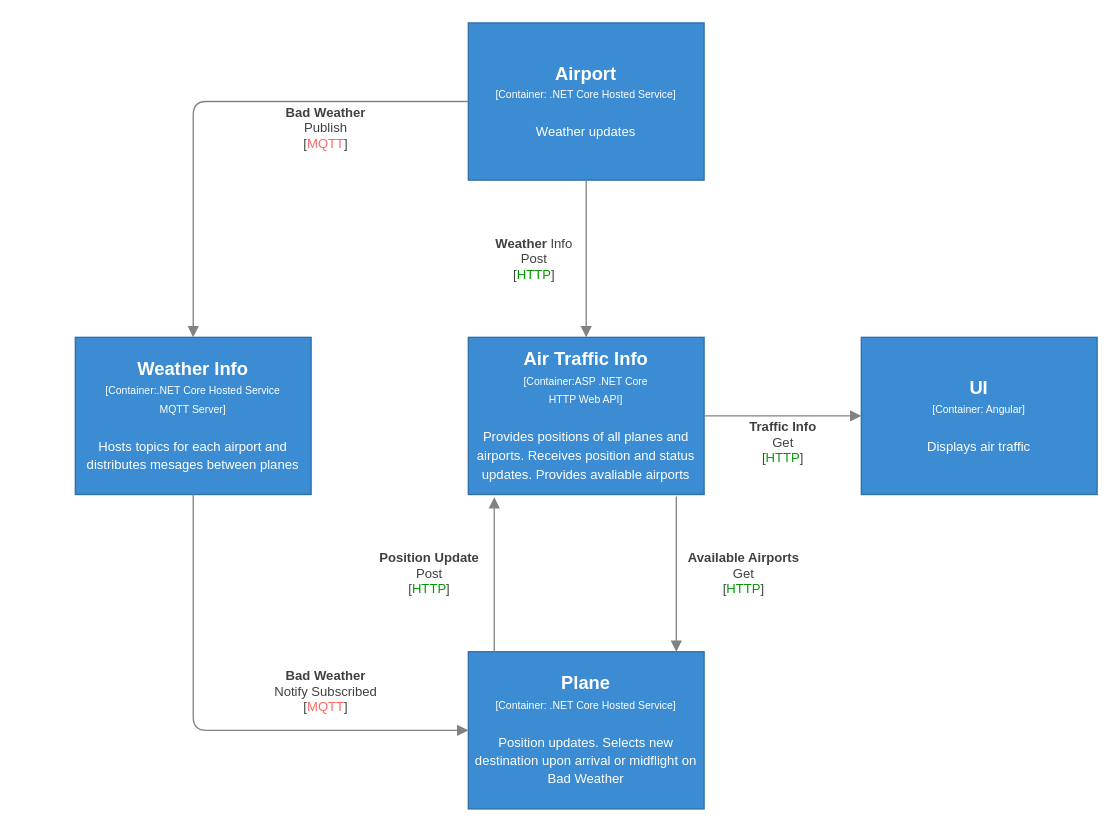
The draw.io diagram Wiki/c2_Planes.drawio in mjoniec/Proj2_Planes, before the edit. Source tidied: cells renumbered, new cells numbered last; positions are measured from the earlier drawing's top-left corner, leaving out a move shared by most shapes. Both pictures are drawn from the tidied source at 131%, with x=0, y=0 at pixel (75, 22).
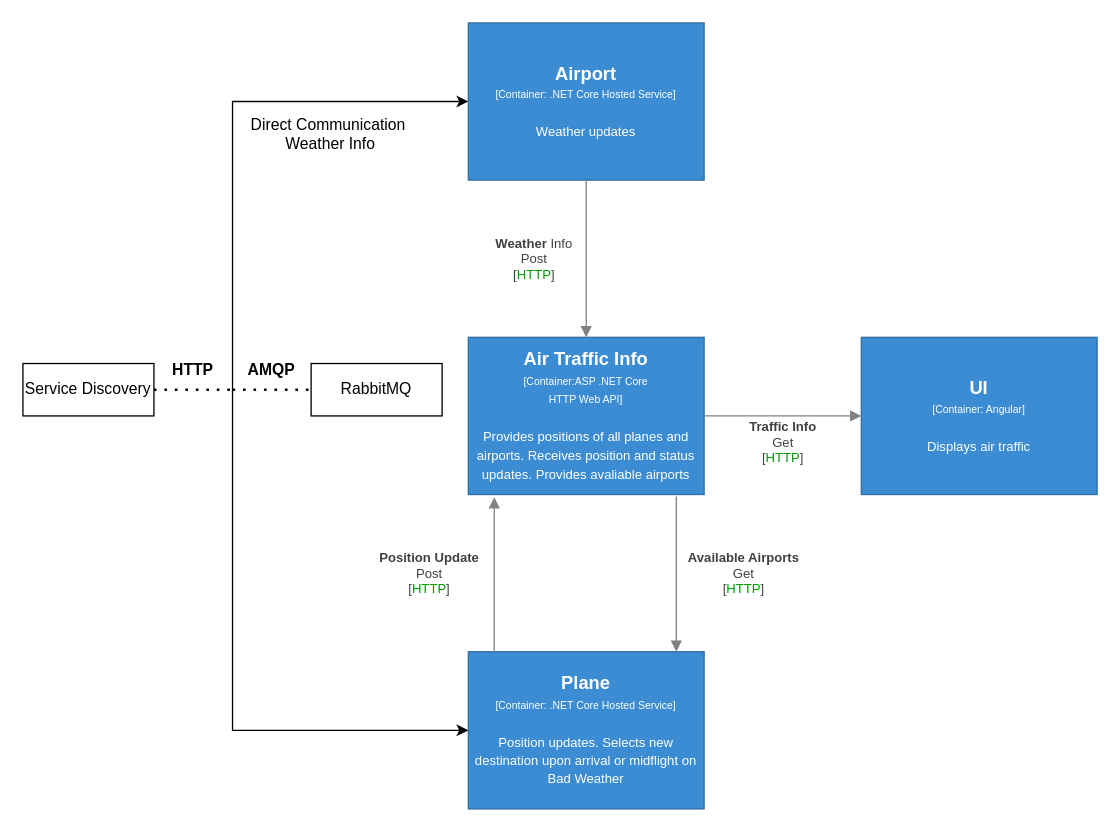
After the change.

The change refers to these unchanged cells:
```xml
<mxCell id="5" value="&lt;div&gt;&lt;span style=&quot;font-size: 14px&quot;&gt;&lt;b&gt;Plane&lt;/b&gt;&lt;/span&gt;&lt;/div&gt;&lt;div&gt;&lt;span style=&quot;font-size: 8px&quot;&gt;[Container: .NET Core Hosted Service]&lt;/span&gt;&lt;/div&gt;&lt;div&gt;&lt;span style=&quot;font-size: 8px&quot;&gt;&lt;br&gt;&lt;/span&gt;&lt;/div&gt;&lt;div&gt;&lt;font size=&quot;1&quot;&gt;Position updates. Selects new destination upon arrival or midflight on &lt;/font&gt;&lt;br&gt;&lt;font size=&quot;1&quot;&gt;&lt;font size=&quot;1&quot;&gt;Bad Weather &lt;/font&gt;&lt;/font&gt;&lt;/div&gt;" style="rounded=0;whiteSpace=wrap;html=1;fillColor=#3B8CD2;fontColor=#FFFFFF;strokeColor=#2F6FA6;" parent="1" vertex="1">
  <mxGeometry x="300" y="480" width="180" height="120" as="geometry" />
</mxCell>
<mxCell id="6" value="&lt;div&gt;&lt;span style=&quot;font-size: 14px&quot;&gt;&lt;b&gt;Airport&lt;/b&gt;&lt;/span&gt;&lt;/div&gt;&lt;div&gt;&lt;span style=&quot;font-size: 8px&quot;&gt;[Container: .NET Core Hosted Service]&lt;/span&gt;&lt;/div&gt;&lt;div&gt;&lt;span style=&quot;font-size: 8px&quot;&gt;&lt;br&gt;&lt;/span&gt;&lt;/div&gt;&lt;div&gt;&lt;font size=&quot;1&quot;&gt;Weather updates&lt;br&gt;&lt;/font&gt;&lt;/div&gt;" style="rounded=0;whiteSpace=wrap;html=1;fillColor=#3B8CD2;fontColor=#FFFFFF;strokeColor=#2F6FA6;" parent="1" vertex="1">
  <mxGeometry x="300" width="180" height="120" as="geometry" />
</mxCell>
```

Diff of the diagram source:
```diff
@@
-    <mxCell id="2" value="&lt;div&gt;&lt;span style=&quot;font-size: 14px&quot;&gt;&lt;b&gt;Weather Info&lt;/b&gt;&lt;/span&gt;&lt;/div&gt;&lt;div&gt;&lt;span style=&quot;font-size: 8px&quot;&gt;[Container:.NET Core Hosted Service&lt;br&gt;MQTT Server]&lt;/span&gt;&lt;/div&gt;&lt;div&gt;&lt;span style=&quot;font-size: 8px&quot;&gt;&lt;br&gt;&lt;/span&gt;&lt;/div&gt;&lt;div&gt;&lt;font size=&quot;1&quot;&gt;Hosts topics for each airport and distributes mesages between planes &lt;br&gt;&lt;/font&gt;&lt;/div&gt;" style="rounded=0;whiteSpace=wrap;html=1;fillColor=#3B8CD2;fontColor=#FFFFFF;strokeColor=#2F6FA6;" parent="1" vertex="1">
-      <mxGeometry y="240" width="180" height="120" as="geometry" />
-    </mxCell>
@@
-    <mxCell id="11" value="&lt;div&gt;&lt;span style=&quot;font-size: 10px&quot;&gt;&lt;b&gt;Bad Weather&lt;/b&gt;&lt;br&gt;&lt;/span&gt;&lt;/div&gt;&lt;div&gt;Notify Subscribed&lt;br&gt;&lt;span style=&quot;font-size: 10px&quot;&gt;&lt;/span&gt;&lt;/div&gt;&lt;div&gt;&lt;span style=&quot;font-size: 10px&quot;&gt;&lt;/span&gt;&lt;/div&gt;&lt;span style=&quot;font-size: 10px&quot;&gt;[&lt;font color=&quot;#FF6666&quot;&gt;MQTT&lt;/font&gt;]&lt;br&gt;&lt;/span&gt;" style="endArrow=block;html=1;fontSize=10;fontColor=#404040;strokeWidth=1;endFill=1;strokeColor=#828282;elbow=vertical;exitX=0.5;exitY=1;exitDx=0;exitDy=0;entryX=0;entryY=0.5;entryDx=0;entryDy=0;" parent="1" edge="1" source="2" target="5">
-      <mxGeometry x="0.44" y="30" relative="1" as="geometry">
-        <Array as="points">
-          <mxPoint x="90" y="540" />
-        </Array>
-      </mxGeometry>
-    </mxCell>
-    <mxCell id="12" value="&lt;div&gt;&lt;span style=&quot;font-size: 10px&quot;&gt;&lt;b&gt;Bad Weather&lt;/b&gt;&lt;br&gt;&lt;/span&gt;&lt;/div&gt;&lt;div&gt;Publish&lt;br&gt;&lt;span style=&quot;font-size: 10px&quot;&gt;&lt;/span&gt;&lt;/div&gt;&lt;div&gt;&lt;span style=&quot;font-size: 10px&quot;&gt;&lt;/span&gt;&lt;/div&gt;&lt;span style=&quot;font-size: 10px&quot;&gt;[&lt;font color=&quot;#FF6666&quot;&gt;MQTT&lt;/font&gt;]&lt;br&gt;&lt;/span&gt;" style="endArrow=block;html=1;fontSize=10;fontColor=#404040;strokeWidth=1;endFill=1;strokeColor=#828282;elbow=vertical;exitX=0;exitY=0.5;exitDx=0;exitDy=0;entryX=0.5;entryY=0;entryDx=0;entryDy=0;" parent="1" edge="1" source="6" target="2">
-      <mxGeometry x="-0.44" y="20" relative="1" as="geometry">
-        <Array as="points">
-          <mxPoint x="90" y="60" />
-        </Array>
-      </mxGeometry>
-    </mxCell>
+    <mxCell id="13" style="endArrow=classic;startArrow=classic;html=1;rounded=0;entryX=0;entryY=0.5;entryDx=0;entryDy=0;exitX=0;exitY=0.5;exitDx=0;exitDy=0;" parent="1" edge="1" source="5" target="6">
+      <mxGeometry relative="1" as="geometry">
+        <Array as="points">
+          <mxPoint x="120" y="540" />
+          <mxPoint x="120" y="60" />
+        </Array>
+      </mxGeometry>
+    </mxCell>
+    <mxCell id="14" value="Direct Communication&amp;nbsp; Weather Info " style="text;html=1;strokeColor=none;fillColor=none;align=center;verticalAlign=middle;whiteSpace=wrap;rounded=0;" parent="1" vertex="1">
+      <mxGeometry x="130" y="70" width="130" height="30" as="geometry" />
+    </mxCell>
+    <mxCell id="15" style="endArrow=none;dashed=1;html=1;dashPattern=1 3;strokeWidth=2;rounded=0;" parent="1" edge="1">
+      <mxGeometry relative="1" as="geometry">
+        <mxPoint x="60" y="280" as="sourcePoint" />
+        <mxPoint x="120" y="280" as="targetPoint" />
+      </mxGeometry>
+    </mxCell>
+    <mxCell id="16" style="endArrow=none;dashed=1;html=1;dashPattern=1 3;strokeWidth=2;rounded=0;" parent="1" edge="1">
+      <mxGeometry relative="1" as="geometry">
+        <mxPoint x="120" y="280" as="sourcePoint" />
+        <mxPoint x="180" y="280" as="targetPoint" />
+      </mxGeometry>
+    </mxCell>
+    <mxCell id="17" value="&lt;b&gt;HTTP&lt;/b&gt;" style="text;html=1;strokeColor=none;fillColor=none;align=center;verticalAlign=middle;whiteSpace=wrap;rounded=0;" parent="1" vertex="1">
+      <mxGeometry x="60" y="250" width="60" height="30" as="geometry" />
+    </mxCell>
+    <mxCell id="18" value="&lt;b&gt;AMQP&lt;/b&gt;" style="text;html=1;strokeColor=none;fillColor=none;align=center;verticalAlign=middle;whiteSpace=wrap;rounded=0;" parent="1" vertex="1">
+      <mxGeometry x="120" y="250" width="60" height="30" as="geometry" />
+    </mxCell>
+    <mxCell id="19" value="Service Discovery" style="rounded=0;whiteSpace=wrap;html=1;" parent="1" vertex="1">
+      <mxGeometry x="-40" y="260" width="100" height="40" as="geometry" />
+    </mxCell>
+    <mxCell id="20" value="RabbitMQ" style="rounded=0;whiteSpace=wrap;html=1;" parent="1" vertex="1">
+      <mxGeometry x="180" y="260" width="100" height="40" as="geometry" />
+    </mxCell>
```
